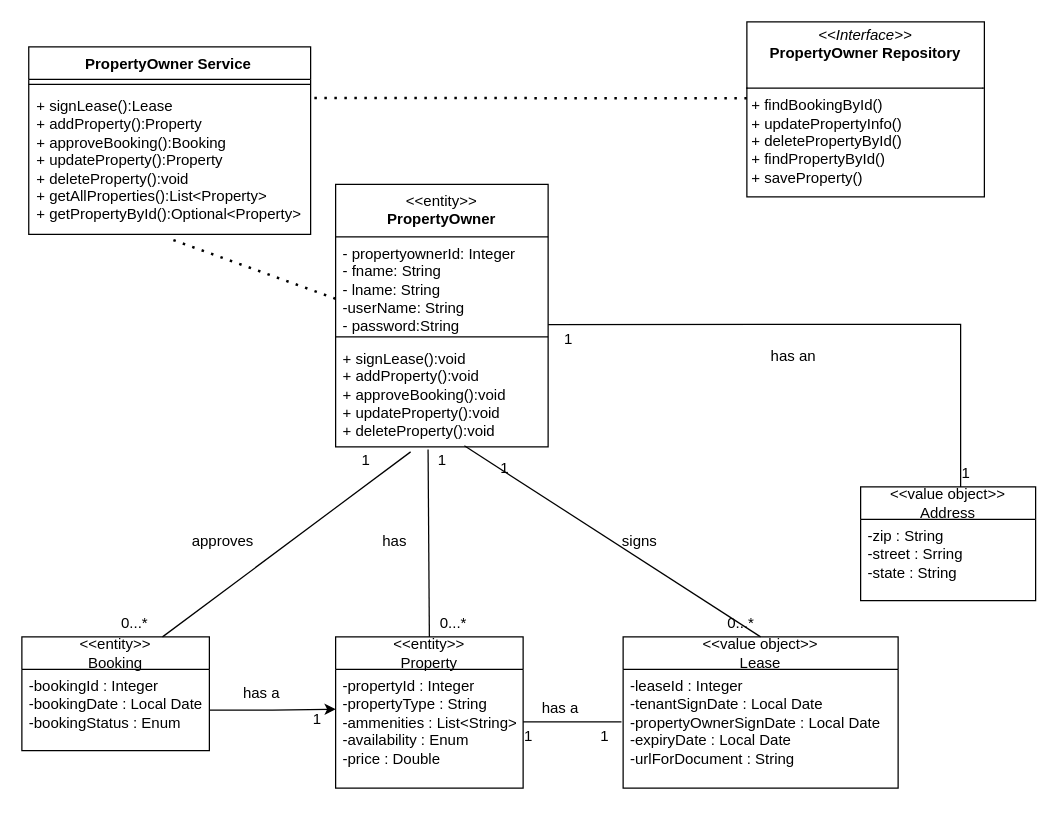
This is documentation/Design Domain Class Diagram-PropertyOwner.drawio from ttiweh28/real-estate-rental-system, a draw.io file, before an edit. Source tidied: cells renumbered, new cells numbered last; positions are measured from the earlier drawing's top-left corner, leaving out a move shared by most shapes. Both pictures are drawn from the tidied source at 125%, with x=0, y=0 at pixel (21, 21).
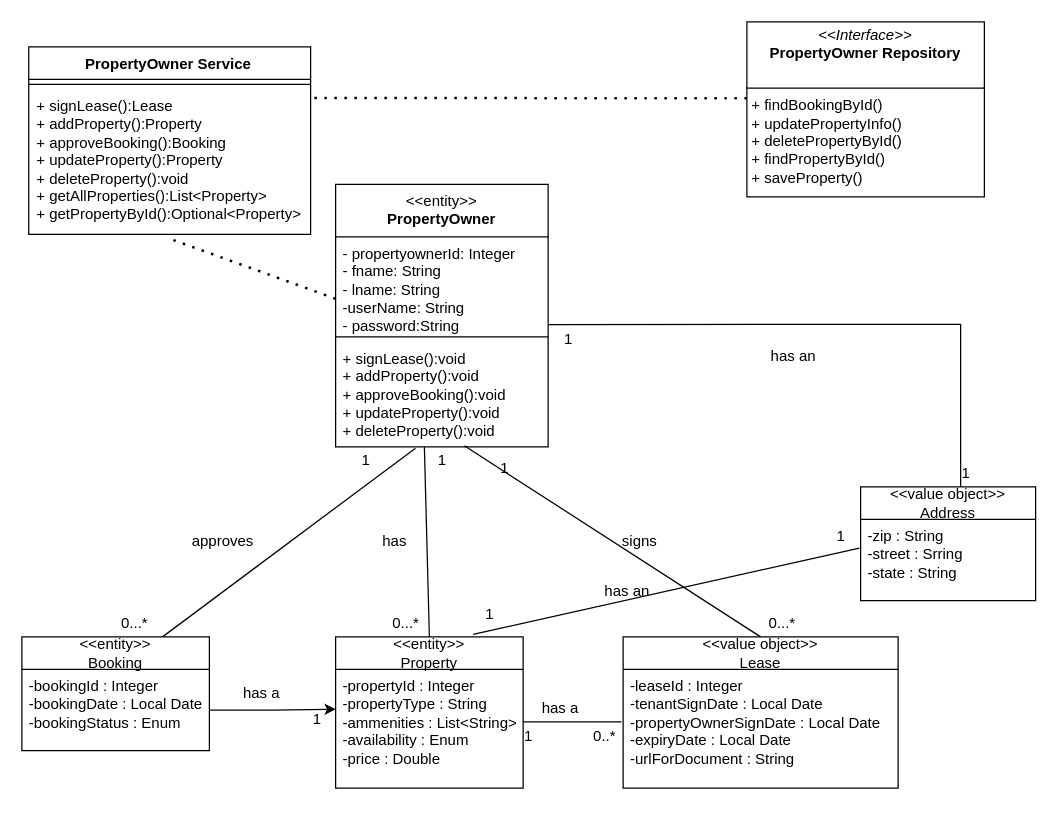
The same diagram, later.

Commit message (it also covers changes not shown here):
Updated enhanced design domain model property owner

The change refers to these unchanged cells:
```xml
<mxCell id="2" value="&amp;lt;&amp;lt;entity&amp;gt;&amp;gt;&lt;br&gt;Booking" style="swimlane;fontStyle=0;horizontal=1;startSize=26;fillColor=none;whiteSpace=wrap;html=1;" parent="1" vertex="1">
  <mxGeometry y="492" width="150" height="91" as="geometry" />
</mxCell>
<mxCell id="6" value="&amp;lt;&amp;lt;entity&amp;gt;&amp;gt;&lt;br&gt;Property" style="swimlane;fontStyle=0;horizontal=1;startSize=26;fillColor=none;whiteSpace=wrap;html=1;" parent="1" vertex="1">
  <mxGeometry x="251" y="492" width="150" height="121" as="geometry" />
</mxCell>
<mxCell id="9" value="&lt;div&gt;-zip : String&lt;/div&gt;&lt;div&gt;-street : Srring&lt;/div&gt;&lt;div&gt;-state : String&lt;/div&gt;" style="text;strokeColor=none;fillColor=none;align=left;verticalAlign=top;spacingLeft=4;spacingRight=4;overflow=hidden;points=[[0,0.5],[1,0.5]];portConstraint=eastwest;whiteSpace=wrap;html=1;" parent="8" vertex="1">
  <mxGeometry y="26" width="140" height="65" as="geometry" />
</mxCell>
<mxCell id="32" value="+ signLease():void&lt;div&gt;+ addProperty():void&lt;br&gt;+ approveBooking():void&lt;br&gt;+ updateProperty():void&lt;/div&gt;&lt;div&gt;+ deleteProperty():void&lt;/div&gt;" style="text;strokeColor=none;fillColor=none;align=left;verticalAlign=top;spacingLeft=4;spacingRight=4;overflow=hidden;points=[[0,0.5],[1,0.5]];portConstraint=eastwest;whiteSpace=wrap;html=1;" parent="29" vertex="1">
  <mxGeometry y="126" width="170" height="84" as="geometry" />
</mxCell>
<mxCell id="39" value="1" style="text;html=1;align=center;verticalAlign=middle;whiteSpace=wrap;rounded=0;" parent="1" vertex="1">
  <mxGeometry x="322" y="340" width="29" height="22" as="geometry" />
</mxCell>
```

Change to the diagram source:
```diff
@@
-    <mxCell id="10" style="endArrow=none;html=1;rounded=0;exitX=0.5;exitY=0;exitDx=0;exitDy=0;entryX=0.435;entryY=1.024;entryDx=0;entryDy=0;entryPerimeter=0;" parent="1" edge="1" source="6" target="32">
+    <mxCell id="10" style="endArrow=none;html=1;rounded=0;exitX=0.5;exitY=0;exitDx=0;exitDy=0;entryX=0;entryY=0;entryDx=0;entryDy=0;" parent="1" edge="1" source="6" target="39">
       <mxGeometry relative="1" as="geometry" />
     </mxCell>
@@
-    <mxCell id="12" style="endArrow=none;html=1;rounded=0;exitX=0.75;exitY=0;exitDx=0;exitDy=0;" parent="1" edge="1" source="2">
-      <mxGeometry relative="1" as="geometry">
-        <mxPoint x="311" y="344" as="targetPoint" />
-      </mxGeometry>
+    <mxCell id="12" style="endArrow=none;html=1;rounded=0;exitX=0.75;exitY=0;exitDx=0;exitDy=0;entryX=0.376;entryY=1.012;entryDx=0;entryDy=0;entryPerimeter=0;" parent="1" edge="1" source="2" target="32">
+      <mxGeometry relative="1" as="geometry" />
     </mxCell>
@@
     <mxCell id="20" value="0...*" style="text;html=1;align=center;verticalAlign=middle;whiteSpace=wrap;rounded=0;" parent="1" vertex="1">
-      <mxGeometry x="561" y="470" width="29" height="22" as="geometry" />
+      <mxGeometry x="594" y="470" width="29" height="22" as="geometry" />
     </mxCell>
@@
-    <mxCell id="24" value="1" style="text;html=1;align=center;verticalAlign=middle;whiteSpace=wrap;rounded=0;" parent="1" vertex="1">
+    <mxCell id="24" value="0..*" style="text;html=1;align=center;verticalAlign=middle;whiteSpace=wrap;rounded=0;" parent="1" vertex="1">
       <mxGeometry x="452" y="561" width="29" height="22" as="geometry" />
     </mxCell>
@@
     <mxCell id="40" value="0...*" style="text;html=1;align=center;verticalAlign=middle;whiteSpace=wrap;rounded=0;" parent="1" vertex="1">
-      <mxGeometry x="331" y="470" width="29" height="22" as="geometry" />
+      <mxGeometry x="293" y="470" width="29" height="22" as="geometry" />
     </mxCell>
@@
+    <mxCell id="43" style="endArrow=none;html=1;rounded=0;entryX=-0.007;entryY=0.354;entryDx=0;entryDy=0;entryPerimeter=0;" parent="1" edge="1" target="9">
+      <mxGeometry relative="1" as="geometry">
+        <mxPoint x="361" y="490" as="sourcePoint" />
+      </mxGeometry>
+    </mxCell>
+    <mxCell id="44" value="1" style="text;html=1;align=center;verticalAlign=middle;whiteSpace=wrap;rounded=0;" parent="1" vertex="1">
+      <mxGeometry x="360" y="463" width="29" height="22" as="geometry" />
+    </mxCell>
+    <mxCell id="45" value="1" style="text;html=1;align=center;verticalAlign=middle;whiteSpace=wrap;rounded=0;" parent="1" vertex="1">
+      <mxGeometry x="641" y="401" width="29" height="22" as="geometry" />
+    </mxCell>
+    <mxCell id="46" value="has an" style="text;html=1;align=center;verticalAlign=middle;whiteSpace=wrap;rounded=0;" parent="1" vertex="1">
+      <mxGeometry x="461" y="448" width="47" height="15" as="geometry" />
+    </mxCell>
```
